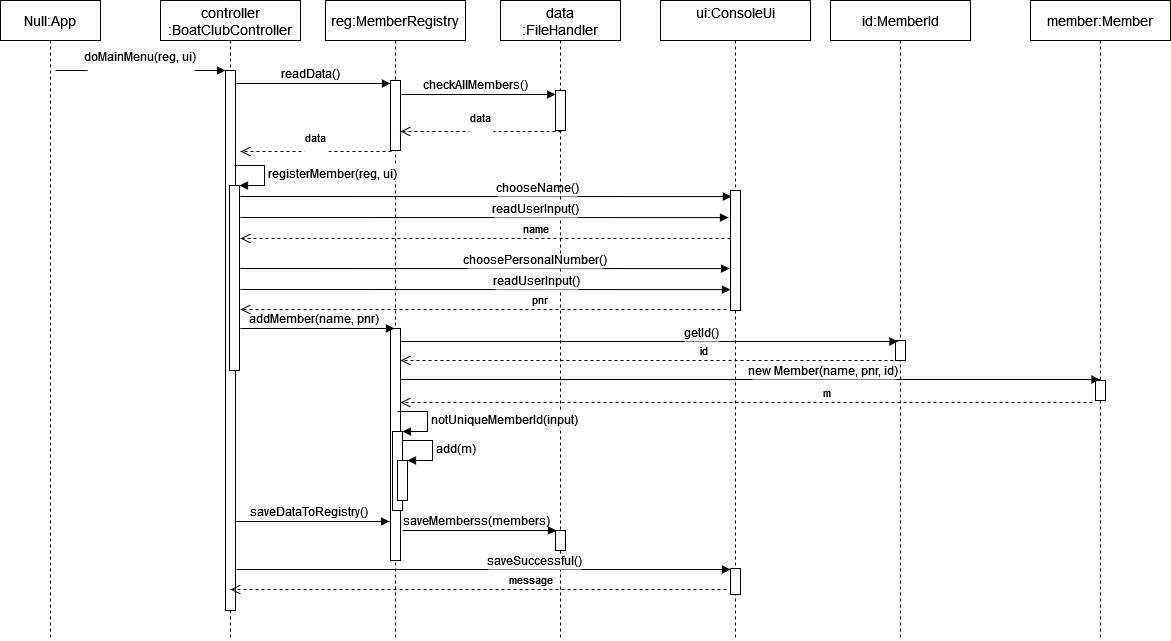
Earlier version of the draw.io export img/sequence-diagram.png (Thanhtran34/MVC-boatclub). Source tidied: cells renumbered, new cells last; positions are measured from the earlier drawing's top-left corner, leaving out a move shared by most shapes.
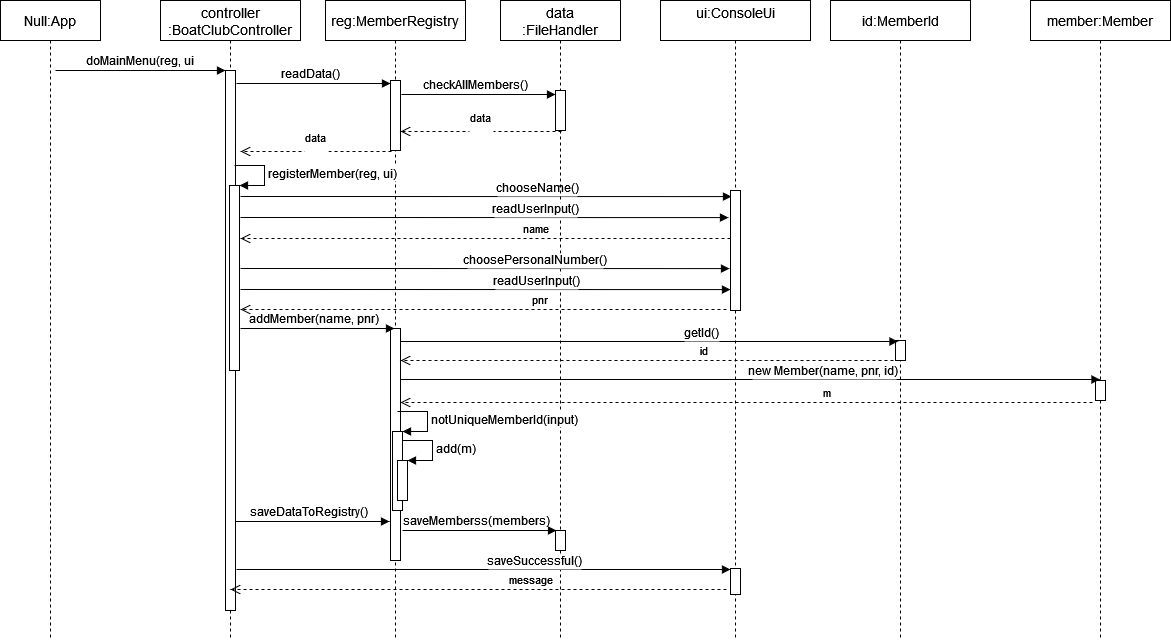
The same file after the commit.

What changed in the source:
```diff
@@ -11,8 +11,8 @@
     <mxCell id="4" style="points=[];perimeter=orthogonalPerimeter;rounded=0;shadow=0;strokeWidth=1;" parent="3" vertex="1">
       <mxGeometry x="65" y="70" width="10" height="540" as="geometry" />
     </mxCell>
-    <mxCell id="5" value="doMainMenu(reg, ui)&#10;" style="verticalAlign=bottom;endArrow=block;entryX=0;entryY=0;shadow=0;strokeWidth=1;fontSize=12;" parent="1" edge="1" target="4">
-      <mxGeometry y="-10" relative="1" as="geometry">
+    <mxCell id="5" value="doMainMenu(reg, ui" style="verticalAlign=bottom;endArrow=block;entryX=0;entryY=0;shadow=0;strokeWidth=1;fontSize=12;" parent="1" edge="1" target="4">
+      <mxGeometry relative="1" as="geometry">
         <mxPoint x="55" y="70" as="sourcePoint" />
       </mxGeometry>
     </mxCell>
```
